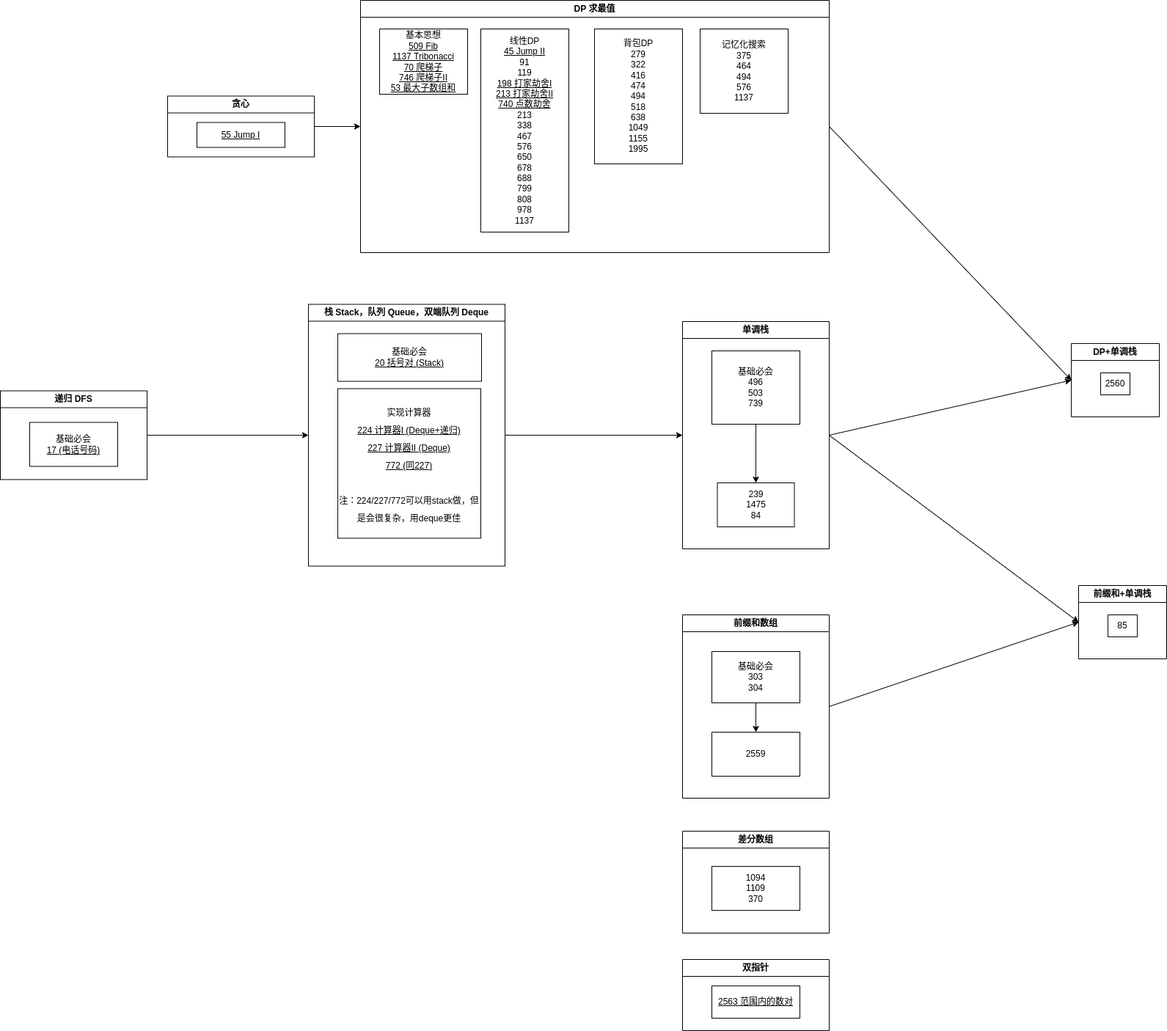
This is drawio/map.drawio.png from jssonx/algo-playground, a draw.io export, as it was before one commit. Source tidied: cells renumbered, new cells last; positions are measured from the earlier drawing's top-left corner, leaving out a move shared by most shapes.
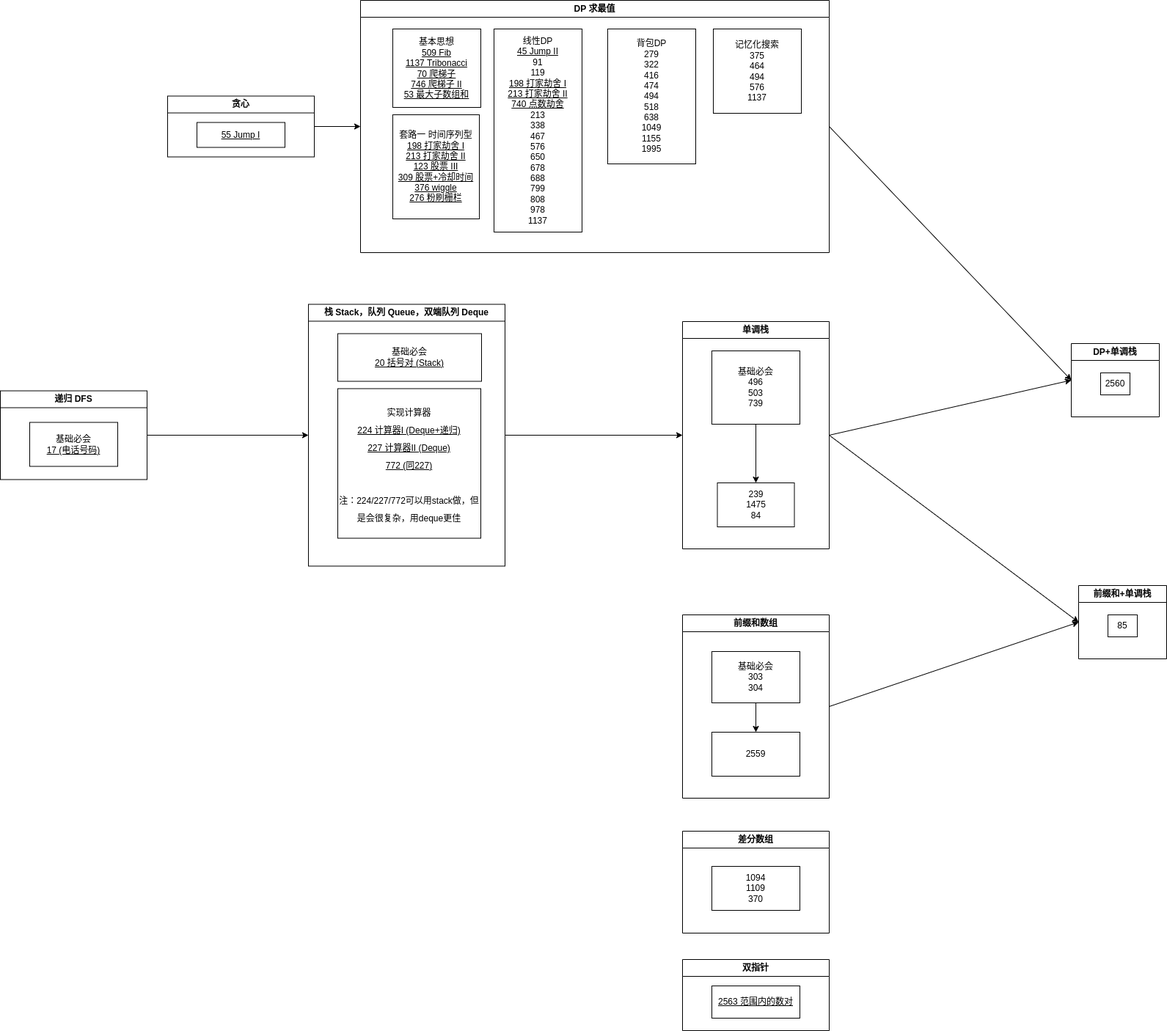
The same file after the commit.

Diff of the diagram source:
```diff
@@ -54,14 +54,17 @@
       <mxGeometry x="491" width="639" height="344" as="geometry" />
     </mxCell>
     <mxCell id="19" value="背包DP&lt;br&gt;279&lt;br&gt;322&lt;br&gt;416&lt;br&gt;474&lt;br&gt;494&lt;br&gt;518&lt;br&gt;638&lt;br&gt;1049&lt;br&gt;1155&lt;br&gt;1995&lt;br&gt;" style="whiteSpace=wrap;html=1;" parent="18" vertex="1">
-      <mxGeometry x="319" y="39" width="120" height="184" as="geometry" />
+      <mxGeometry x="337" y="39" width="120" height="184" as="geometry" />
     </mxCell>
     <mxCell id="20" value="记忆化搜索&lt;br&gt;375&lt;br&gt;464&lt;br&gt;494&lt;br&gt;576&lt;br&gt;1137" style="whiteSpace=wrap;html=1;" parent="18" vertex="1">
-      <mxGeometry x="463" y="39" width="120" height="115" as="geometry" />
+      <mxGeometry x="481" y="39" width="120" height="115" as="geometry" />
     </mxCell>
-    <mxCell id="21" value="基本思想&lt;br&gt;&lt;u&gt;509 Fib&lt;br&gt;1137 Tribonacci&lt;br&gt;70 爬梯子&lt;br&gt;746 爬梯子II&lt;br&gt;53 最大子数组和&lt;br&gt;&lt;/u&gt;" style="whiteSpace=wrap;html=1;" parent="18" vertex="1">
-      <mxGeometry x="26" y="39" width="120" height="89" as="geometry" />
+    <mxCell id="21" value="基本思想&lt;br&gt;&lt;u&gt;509 Fib&lt;br&gt;1137 Tribonacci&lt;br&gt;70 爬梯子&lt;br&gt;746 爬梯子 II&lt;br&gt;53 最大子数组和&lt;br&gt;&lt;/u&gt;" style="whiteSpace=wrap;html=1;" parent="18" vertex="1">
+      <mxGeometry x="44" y="39" width="120" height="107" as="geometry" />
     </mxCell>
+    <mxCell id="37" value="套路一 时间序列型&lt;br&gt;&lt;u&gt;198 打家劫舍 I&lt;/u&gt;&lt;br&gt;&lt;u&gt;213 打家劫舍 II&lt;/u&gt;&lt;br&gt;&lt;u&gt;123 股票 III&lt;br&gt;309 股票+冷却时间&lt;br&gt;376 wiggle&lt;br&gt;276 粉刷栅栏&lt;br&gt;&lt;/u&gt;" style="whiteSpace=wrap;html=1;" parent="18" vertex="1">
+      <mxGeometry x="44" y="156" width="118" height="142" as="geometry" />
+    </mxCell>
     <mxCell id="22" style="edgeStyle=none;html=1;exitX=1;exitY=0.5;exitDx=0;exitDy=0;entryX=0;entryY=0.5;entryDx=0;entryDy=0;rounded=0;" parent="1" edge="1" source="23" target="7">
       <mxGeometry relative="1" as="geometry" />
     </mxCell>
@@ -89,8 +92,8 @@
     <mxCell id="30" value="1094&lt;br&gt;1109&lt;br&gt;370" style="whiteSpace=wrap;html=1;" parent="29" vertex="1">
       <mxGeometry x="40" y="48" width="120" height="60" as="geometry" />
     </mxCell>
-    <mxCell id="31" value="线性DP&lt;br&gt;&lt;u&gt;45 Jump II&lt;br&gt;&lt;/u&gt;91&lt;br&gt;119&lt;br&gt;&lt;u&gt;198 打家劫舍I&lt;br&gt;213 打家劫舍II&lt;br&gt;&lt;/u&gt;&lt;u&gt;740 点数劫舍&lt;/u&gt;&lt;br&gt;213&lt;br&gt;338&lt;br&gt;467&lt;br&gt;576&lt;br&gt;650&lt;br&gt;678&lt;br&gt;688&lt;br&gt;799&lt;br&gt;808&lt;br&gt;978&lt;br&gt;1137" style="whiteSpace=wrap;html=1;" parent="1" vertex="1">
-      <mxGeometry x="655" y="39" width="120" height="277" as="geometry" />
+    <mxCell id="31" value="线性DP&lt;br&gt;&lt;u&gt;45 Jump II&lt;br&gt;&lt;/u&gt;91&lt;br&gt;119&lt;br&gt;&lt;u&gt;198 打家劫舍 I&lt;br&gt;213 打家劫舍 II&lt;br&gt;&lt;/u&gt;&lt;u&gt;740 点数劫舍&lt;/u&gt;&lt;br&gt;213&lt;br&gt;338&lt;br&gt;467&lt;br&gt;576&lt;br&gt;650&lt;br&gt;678&lt;br&gt;688&lt;br&gt;799&lt;br&gt;808&lt;br&gt;978&lt;br&gt;1137" style="whiteSpace=wrap;html=1;" parent="1" vertex="1">
+      <mxGeometry x="673" y="39" width="120" height="277" as="geometry" />
     </mxCell>
     <mxCell id="32" style="edgeStyle=none;html=1;exitX=1;exitY=0.5;exitDx=0;exitDy=0;entryX=0;entryY=0.5;entryDx=0;entryDy=0;" parent="1" edge="1" source="33" target="18">
       <mxGeometry relative="1" as="geometry" />
```
